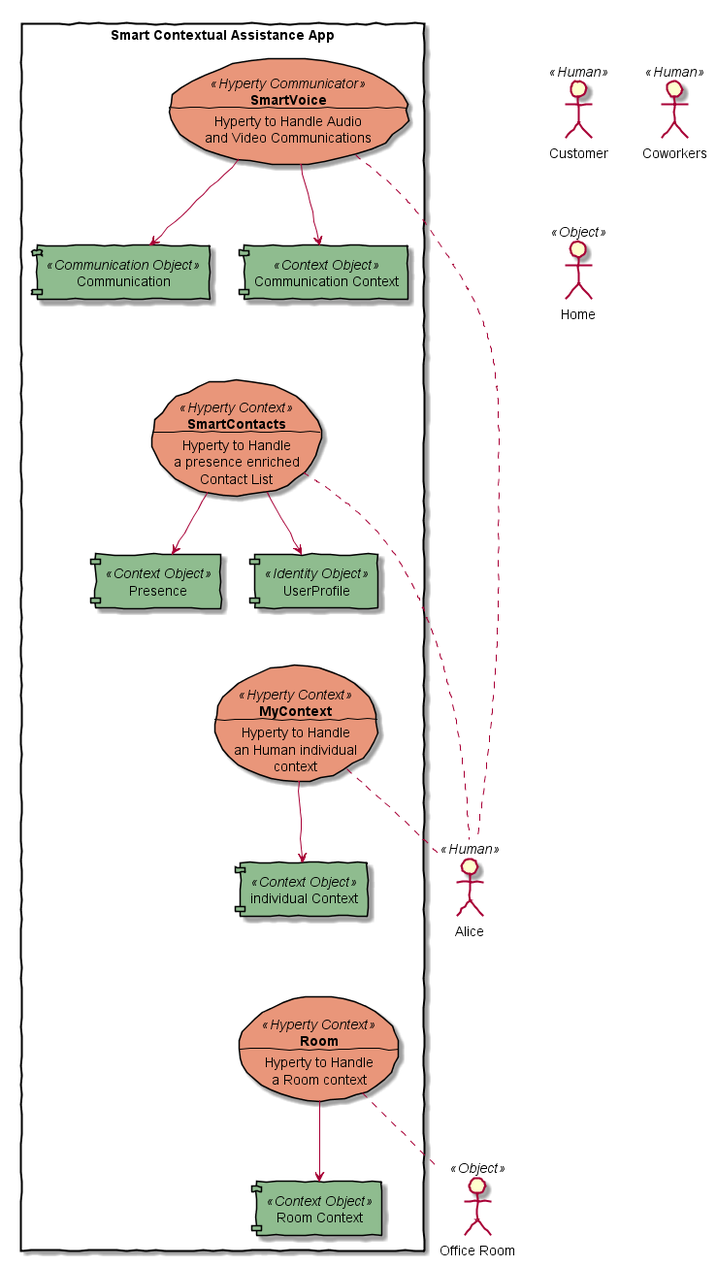
reTHINK-project/scenario-service-implementation keeps this PlantUML diagram as docs/scenarios/smart-contextual-assistance/smart-contextual-assistance-hyperties.png. Above is the earlier version.
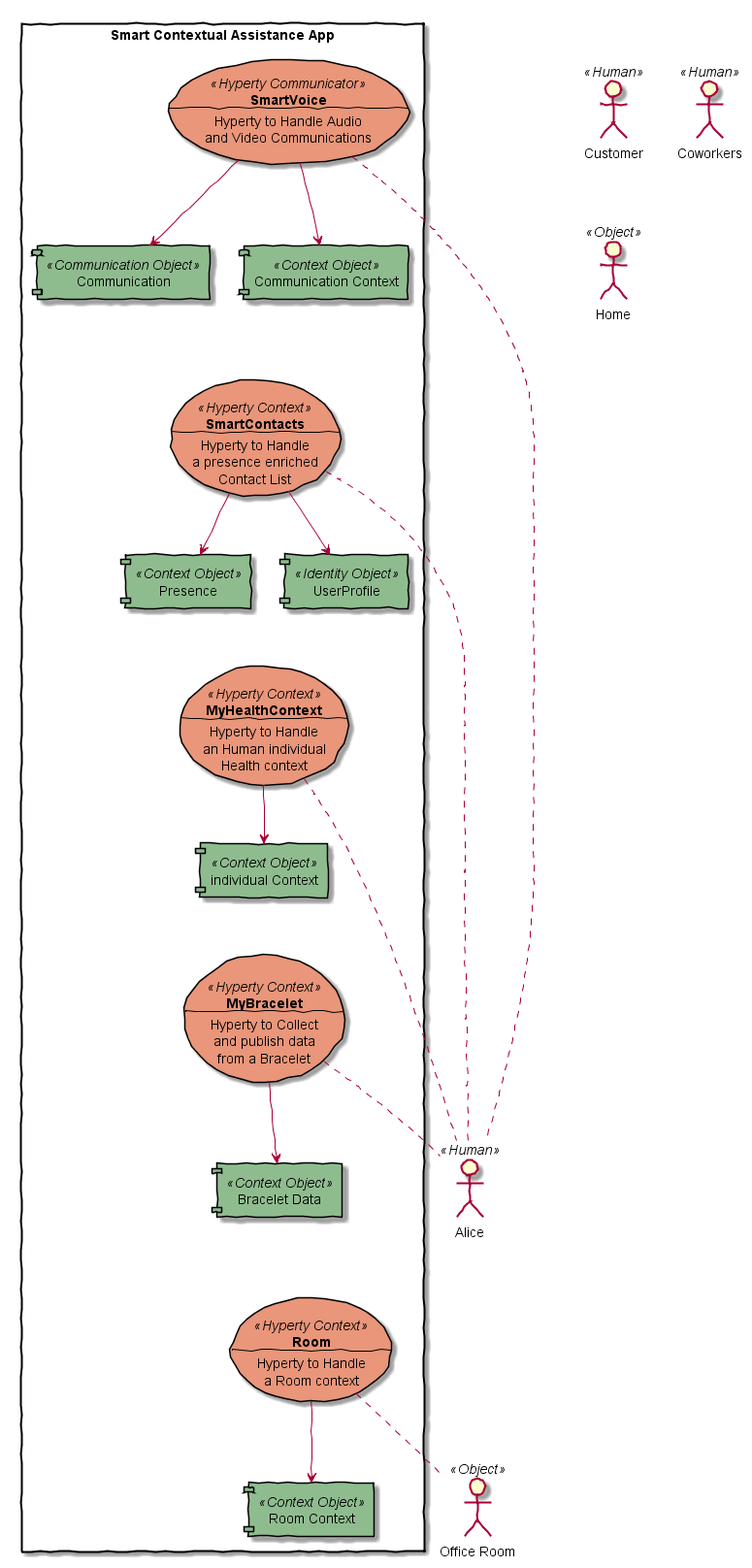
After the change.

Commit message:
Initial bracelet hyperty description

Change to the diagram source:
```diff
@@ -53,17 +53,29 @@
 
 	contactsH -[hidden]up- comObj
 
-	usecase myCtxtH <<Hyperty Context>> as "**MyContext**
+	usecase myCtxtH <<Hyperty Context>> as "**MyHealthContext**
   --
   Hyperty to Handle
   an Human individual
-	context"
+	Health context"
 
 	component "individual Context" <<Context Object>> as myCtxtObj
 
 	myCtxtH -down-> myCtxtObj
 
 	myCtxtH -[hidden]up- presObj
+
+	usecase myBraH <<Hyperty Context>> as "**MyBracelet**
+  --
+  Hyperty to Collect
+	and publish data
+	from a Bracelet"
+
+	component "Bracelet Data" <<Context Object>> as myBraObj
+
+	myBraH -down-> myBraObj
+
+	myBraH -[hidden]up- myCtxtObj
 
 	usecase roomH <<Hyperty Context>> as "**Room**
   --
@@ -74,13 +86,14 @@
 
 	roomH -down-> roomCtxtObj
 
-	roomH -[hidden]up- myCtxtObj
+	roomH -[hidden]up- myBraObj
 
 }
 
 Alice .left- voiceH
 Alice .left- contactsH
 Alice .left- myCtxtH
+Alice .left- myBraH
 Office .left- roomH
 
 @enduml
```
